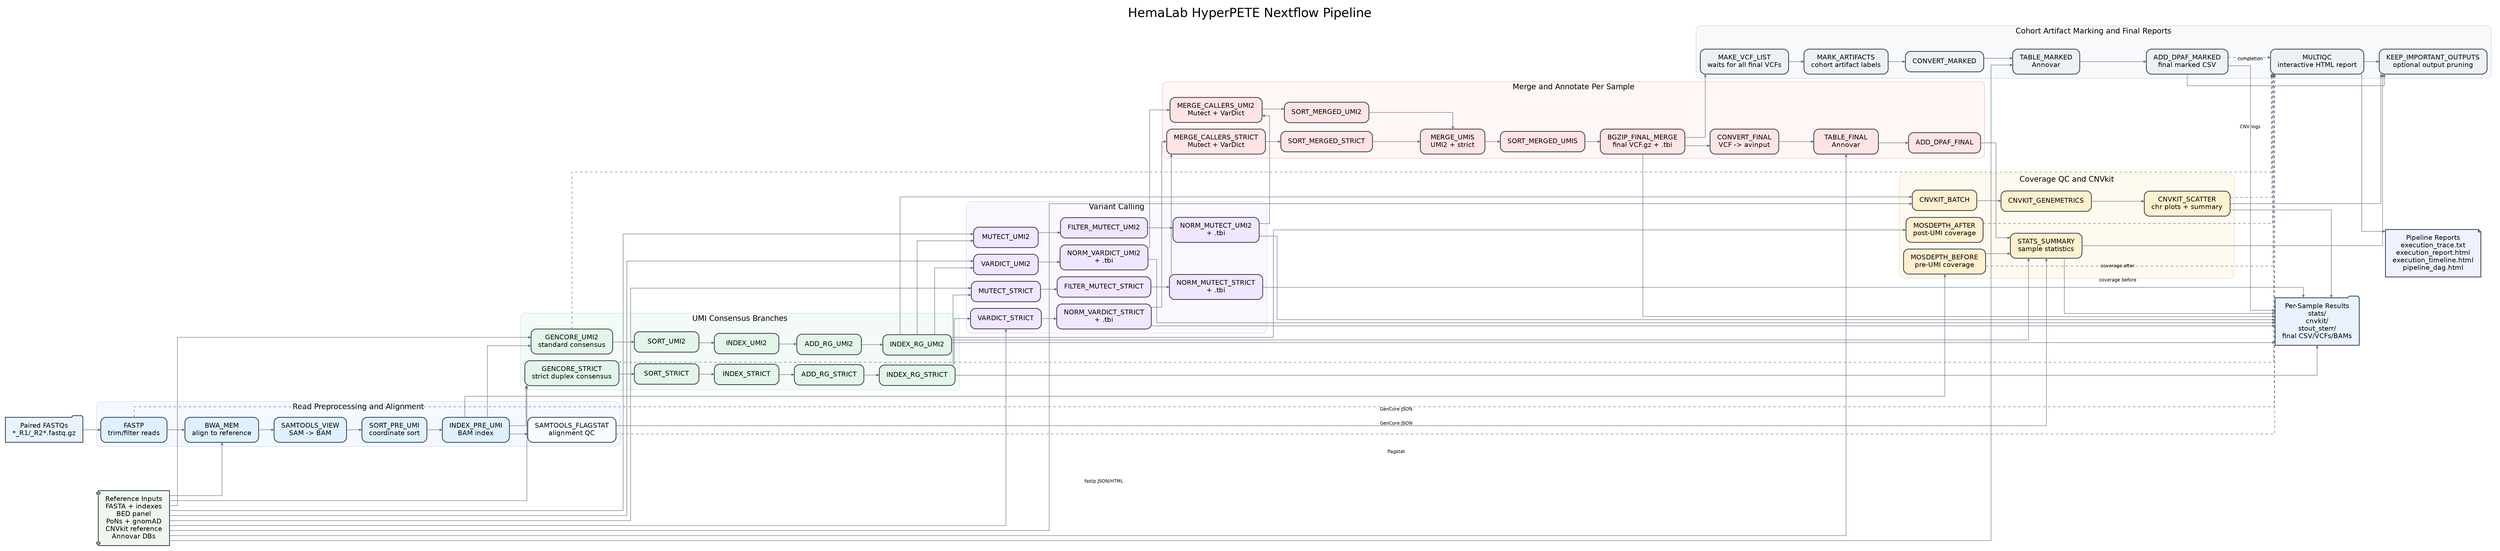
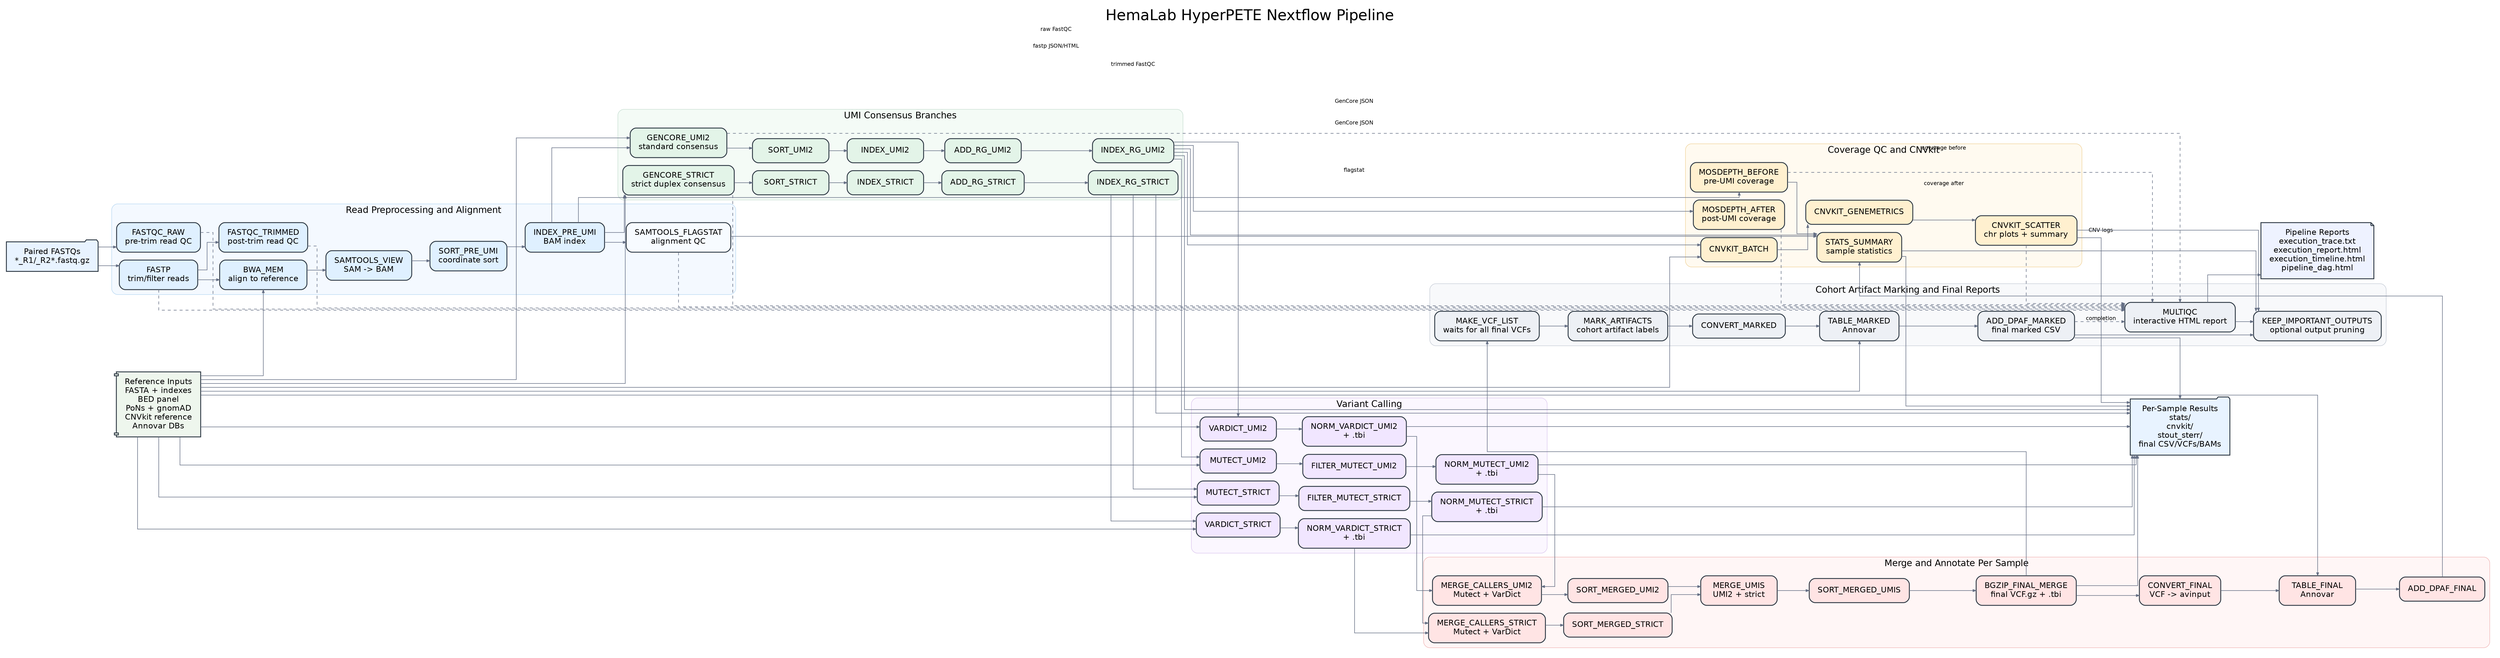
digraph HemaLab_HyperPETE_Nextflow {
  graph [
    rankdir=LR,
    bgcolor="white",
    label="HemaLab HyperPETE Nextflow Pipeline",
    labelloc=t,
    fontsize=30,
    fontname="Helvetica",
    pad=0.18,
    nodesep=0.22,
    ranksep=0.48,
    splines=ortho
  ];

  node [
    shape=box,
    style="rounded,filled",
    fontname="Helvetica",
    fontsize=16,
    color="#2f3a45",
    fillcolor="#f8fafc",
    penwidth=1.8,
    margin="0.24,0.16",
    height=0.68,
    width=2.15
  ];

  edge [
    fontname="Helvetica",
    fontsize=11,
    color="#667085",
    arrowsize=0.62,
    penwidth=1.1
  ];

  input_fastq [
    label="Paired FASTQs\n*_R1/_R2*.fastq.gz",
    shape=folder,
    fillcolor="#e8f3ff"
  ];

  references [
    label="Reference Inputs\nFASTA + indexes\nBED panel\nPoNs + gnomAD\nCNVkit reference\nAnnovar DBs",
    shape=component,
    fillcolor="#eef6ed"
  ];

  subgraph cluster_preprocess {
    label="Read Preprocessing and Alignment";
    color="#b8d8f2";
    fillcolor="#f4f9ff";
    style="rounded,filled";
    fontname="Helvetica";
    fontsize=18;
    margin=10;

+     fastqc_raw [label="FASTQC_RAW\npre-trim read QC", fillcolor="#dff0ff"];
    fastp [label="FASTP\ntrim/filter reads", fillcolor="#dff0ff"];
+     fastqc_trimmed [label="FASTQC_TRIMMED\npost-trim read QC", fillcolor="#dff0ff"];
    bwa [label="BWA_MEM\nalign to reference", fillcolor="#dff0ff"];
    samtools_view [label="SAMTOOLS_VIEW\nSAM -> BAM", fillcolor="#dff0ff"];
    sort_pre_umi [label="SORT_PRE_UMI\ncoordinate sort", fillcolor="#dff0ff"];
    index_pre_umi [label="INDEX_PRE_UMI\nBAM index", fillcolor="#dff0ff"];
    flagstat [label="SAMTOOLS_FLAGSTAT\nalignment QC", fillcolor="#f7fbff"];
  }

  subgraph cluster_umi {
    label="UMI Consensus Branches";
    color="#c8ded2";
    fillcolor="#f4fbf6";
    style="rounded,filled";
    fontname="Helvetica";
    fontsize=18;
    margin=10;

    gencore_umi2 [label="GENCORE_UMI2\nstandard consensus", fillcolor="#e3f4e8"];
    gencore_strict [label="GENCORE_STRICT\nstrict duplex consensus", fillcolor="#e3f4e8"];

    sort_umi2 [label="SORT_UMI2", fillcolor="#e3f4e8"];
    sort_strict [label="SORT_STRICT", fillcolor="#e3f4e8"];
    index_umi2 [label="INDEX_UMI2", fillcolor="#e3f4e8"];
    index_strict [label="INDEX_STRICT", fillcolor="#e3f4e8"];
    add_rg_umi2 [label="ADD_RG_UMI2", fillcolor="#e3f4e8"];
    add_rg_strict [label="ADD_RG_STRICT", fillcolor="#e3f4e8"];
    index_rg_umi2 [label="INDEX_RG_UMI2", fillcolor="#e3f4e8"];
    index_rg_strict [label="INDEX_RG_STRICT", fillcolor="#e3f4e8"];
  }

  subgraph cluster_qc_cnv {
    label="Coverage QC and CNVkit";
    color="#f1d39a";
    fillcolor="#fffaf0";
    style="rounded,filled";
    fontname="Helvetica";
    fontsize=18;
    margin=10;

    mosdepth_before [label="MOSDEPTH_BEFORE\npre-UMI coverage", fillcolor="#fff0cf"];
    mosdepth_after [label="MOSDEPTH_AFTER\npost-UMI coverage", fillcolor="#fff0cf"];
    stats_summary [label="STATS_SUMMARY\nsample statistics", fillcolor="#fff0cf"];

    cnvkit_batch [label="CNVKIT_BATCH", fillcolor="#fff0cf"];
    cnvkit_genemetrics [label="CNVKIT_GENEMETRICS", fillcolor="#fff0cf"];
    cnvkit_scatter [label="CNVKIT_SCATTER\nchr plots + summary", fillcolor="#fff0cf"];
  }

  subgraph cluster_calling {
    label="Variant Calling";
    color="#dcc7ee";
    fillcolor="#fbf7ff";
    style="rounded,filled";
    fontname="Helvetica";
    fontsize=18;
    margin=10;

    mutect_umi2 [label="MUTECT_UMI2", fillcolor="#f1e6ff"];
    mutect_strict [label="MUTECT_STRICT", fillcolor="#f1e6ff"];
    filter_mutect_umi2 [label="FILTER_MUTECT_UMI2", fillcolor="#f1e6ff"];
    filter_mutect_strict [label="FILTER_MUTECT_STRICT", fillcolor="#f1e6ff"];
    norm_mutect_umi2 [label="NORM_MUTECT_UMI2\n+ .tbi", fillcolor="#f1e6ff"];
    norm_mutect_strict [label="NORM_MUTECT_STRICT\n+ .tbi", fillcolor="#f1e6ff"];

    vardict_umi2 [label="VARDICT_UMI2", fillcolor="#f1e6ff"];
    vardict_strict [label="VARDICT_STRICT", fillcolor="#f1e6ff"];
    norm_vardict_umi2 [label="NORM_VARDICT_UMI2\n+ .tbi", fillcolor="#f1e6ff"];
    norm_vardict_strict [label="NORM_VARDICT_STRICT\n+ .tbi", fillcolor="#f1e6ff"];
  }

  subgraph cluster_merge_annotate {
    label="Merge and Annotate Per Sample";
    color="#f0b6b6";
    fillcolor="#fff6f6";
    style="rounded,filled";
    fontname="Helvetica";
    fontsize=18;
    margin=10;

    merge_callers_umi2 [label="MERGE_CALLERS_UMI2\nMutect + VarDict", fillcolor="#ffe4e4"];
    merge_callers_strict [label="MERGE_CALLERS_STRICT\nMutect + VarDict", fillcolor="#ffe4e4"];
    sort_merged_umi2 [label="SORT_MERGED_UMI2", fillcolor="#ffe4e4"];
    sort_merged_strict [label="SORT_MERGED_STRICT", fillcolor="#ffe4e4"];
    merge_umis [label="MERGE_UMIS\nUMI2 + strict", fillcolor="#ffe4e4"];
    sort_merged_umis [label="SORT_MERGED_UMIS", fillcolor="#ffe4e4"];
    bgzip_final [label="BGZIP_FINAL_MERGE\nfinal VCF.gz + .tbi", fillcolor="#ffe4e4"];
    convert_final [label="CONVERT_FINAL\nVCF -> avinput", fillcolor="#ffe4e4"];
    table_final [label="TABLE_FINAL\nAnnovar", fillcolor="#ffe4e4"];
    add_dpaf_final [label="ADD_DPAF_FINAL", fillcolor="#ffe4e4"];
  }

  subgraph cluster_cohort {
    label="Cohort Artifact Marking and Final Reports";
    color="#c6ccd6";
    fillcolor="#f8f9fb";
    style="rounded,filled";
    fontname="Helvetica";
    fontsize=18;
    margin=10;

    make_vcf_list [label="MAKE_VCF_LIST\nwaits for all final VCFs", fillcolor="#edf0f5"];
    mark_artifacts [label="MARK_ARTIFACTS\ncohort artifact labels", fillcolor="#edf0f5"];
    convert_marked [label="CONVERT_MARKED", fillcolor="#edf0f5"];
    table_marked [label="TABLE_MARKED\nAnnovar", fillcolor="#edf0f5"];
    add_dpaf_marked [label="ADD_DPAF_MARKED\nfinal marked CSV", fillcolor="#edf0f5"];
    multiqc [label="MULTIQC\ninteractive HTML report", fillcolor="#edf0f5"];
    keep_important [label="KEEP_IMPORTANT_OUTPUTS\noptional output pruning", fillcolor="#edf0f5"];
  }

  sample_outputs [
    label="Per-Sample Results\nstats/\ncnvkit/\nstout_sterr/\nfinal CSV/VCFs/BAMs",
    shape=folder,
    fillcolor="#e8f3ff"
  ];

  pipeline_reports [
    label="Pipeline Reports\nexecution_trace.txt\nexecution_report.html\nexecution_timeline.html\npipeline_dag.html",
    shape=note,
    fillcolor="#eef2ff"
  ];

+   input_fastq -> fastqc_raw;
  input_fastq -> fastp;
  references -> bwa;
  references -> gencore_umi2;
  references -> gencore_strict;
  references -> mutect_umi2;
  references -> mutect_strict;
  references -> vardict_umi2;
  references -> vardict_strict;
  references -> table_final;
  references -> table_marked;
  references -> cnvkit_batch;

+   fastp -> fastqc_trimmed;
  fastp -> bwa -> samtools_view -> sort_pre_umi -> index_pre_umi;
  index_pre_umi -> flagstat;
  index_pre_umi -> mosdepth_before;

  index_pre_umi -> gencore_umi2;
  index_pre_umi -> gencore_strict;

  gencore_umi2 -> sort_umi2 -> index_umi2 -> add_rg_umi2 -> index_rg_umi2;
  gencore_strict -> sort_strict -> index_strict -> add_rg_strict -> index_rg_strict;

  index_rg_umi2 -> mosdepth_after;
  index_rg_umi2 -> cnvkit_batch -> cnvkit_genemetrics -> cnvkit_scatter;

  index_rg_umi2 -> mutect_umi2 -> filter_mutect_umi2 -> norm_mutect_umi2;
  index_rg_strict -> mutect_strict -> filter_mutect_strict -> norm_mutect_strict;

  index_rg_umi2 -> vardict_umi2 -> norm_vardict_umi2;
  index_rg_strict -> vardict_strict -> norm_vardict_strict;

  norm_mutect_umi2 -> merge_callers_umi2;
  norm_vardict_umi2 -> merge_callers_umi2;
  norm_mutect_strict -> merge_callers_strict;
  norm_vardict_strict -> merge_callers_strict;

  merge_callers_umi2 -> sort_merged_umi2;
  merge_callers_strict -> sort_merged_strict;
  sort_merged_umi2 -> merge_umis;
  sort_merged_strict -> merge_umis;
  merge_umis -> sort_merged_umis -> bgzip_final;

  bgzip_final -> convert_final -> table_final -> add_dpaf_final;
  bgzip_final -> make_vcf_list -> mark_artifacts -> convert_marked -> table_marked -> add_dpaf_marked;

  add_dpaf_final -> stats_summary;
  index_rg_umi2 -> stats_summary;
  mosdepth_before -> stats_summary;
  flagstat -> stats_summary;

+   fastqc_raw -> multiqc [label="raw FastQC", style=dashed];
+   fastqc_trimmed -> multiqc [label="trimmed FastQC", style=dashed];
  fastp -> multiqc [label="fastp JSON/HTML", style=dashed];
  flagstat -> multiqc [label="flagstat", style=dashed];
  mosdepth_before -> multiqc [label="coverage before", style=dashed];
  mosdepth_after -> multiqc [label="coverage after", style=dashed];
  gencore_umi2 -> multiqc [label="GenCore JSON", style=dashed];
  gencore_strict -> multiqc [label="GenCore JSON", style=dashed];
  cnvkit_scatter -> multiqc [label="CNV logs", style=dashed];
  add_dpaf_marked -> multiqc [label="completion", style=dashed];

  add_dpaf_marked -> keep_important;
  stats_summary -> keep_important;
  cnvkit_scatter -> keep_important;
  multiqc -> keep_important;

  stats_summary -> sample_outputs;
  cnvkit_scatter -> sample_outputs;
  add_dpaf_marked -> sample_outputs;
  bgzip_final -> sample_outputs;
  norm_mutect_umi2 -> sample_outputs;
  norm_mutect_strict -> sample_outputs;
  norm_vardict_umi2 -> sample_outputs;
  norm_vardict_strict -> sample_outputs;
  index_rg_umi2 -> sample_outputs;
  index_rg_strict -> sample_outputs;

  multiqc -> pipeline_reports;
}
